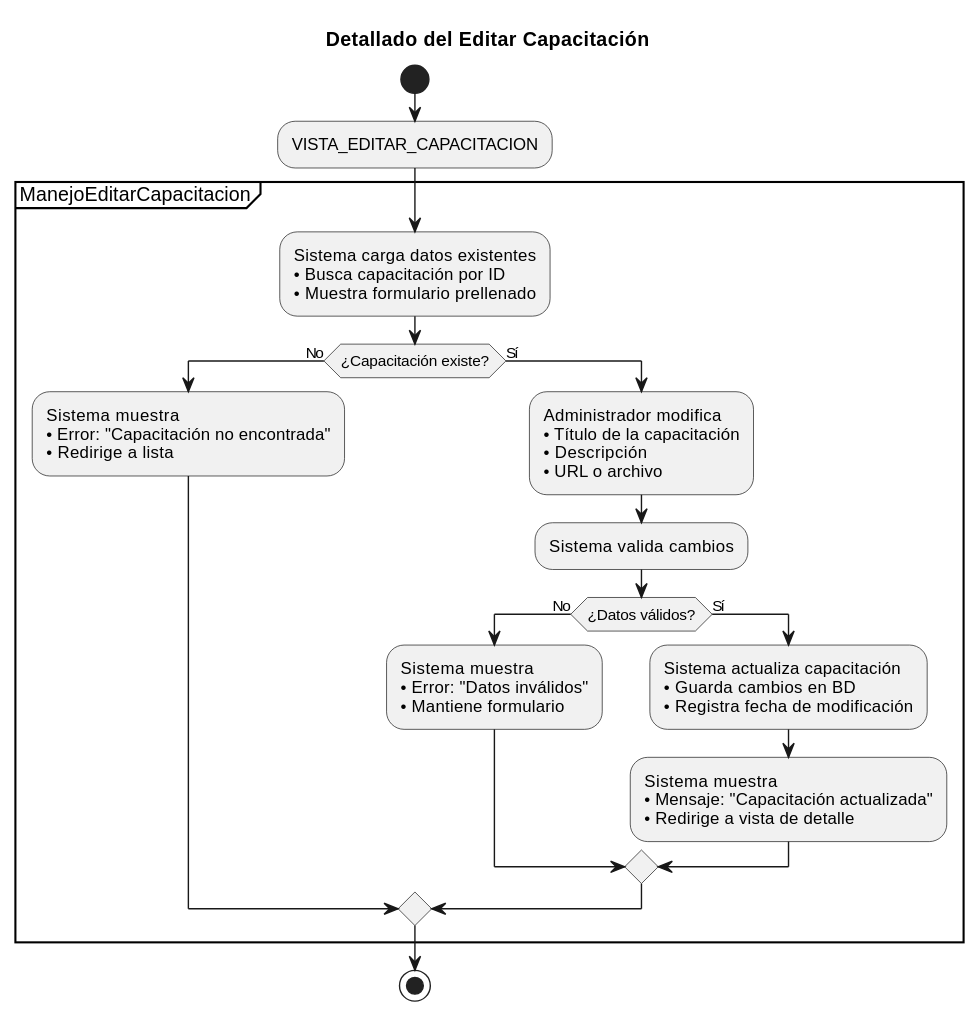
Earlier version of the PlantUML export documentos/imagenes/casos_de_uso/diagramas_casos_de_uso_detallados/editar_capacitacion.svg (Dievex/24-25-IdSw1-SDR). Its diagram source:
```plantuml
@startuml
title Detallado del Editar Capacitación

start

:VISTA_EDITAR_CAPACITACION;

partition ManejoEditarCapacitacion {

  :Sistema carga datos existentes
  • Busca capacitación por ID
  • Muestra formulario prellenado;

  if (¿Capacitación existe?) then (No)
    :Sistema muestra
    • Error: "Capacitación no encontrada"
    • Redirige a lista;

  else (Sí)
    :Administrador modifica
    • Título de la capacitación
    • Descripción
    • URL o archivo;

    :Sistema valida cambios;

    if (¿Datos válidos?) then (No)
      :Sistema muestra
      • Error: "Datos inválidos"
      • Mantiene formulario;

    else (Sí)
      :Sistema actualiza capacitación
      • Guarda cambios en BD
      • Registra fecha de modificación;

      :Sistema muestra
      • Mensaje: "Capacitación actualizada"
      • Redirige a vista de detalle;

    endif

  endif

}

stop
@enduml
```
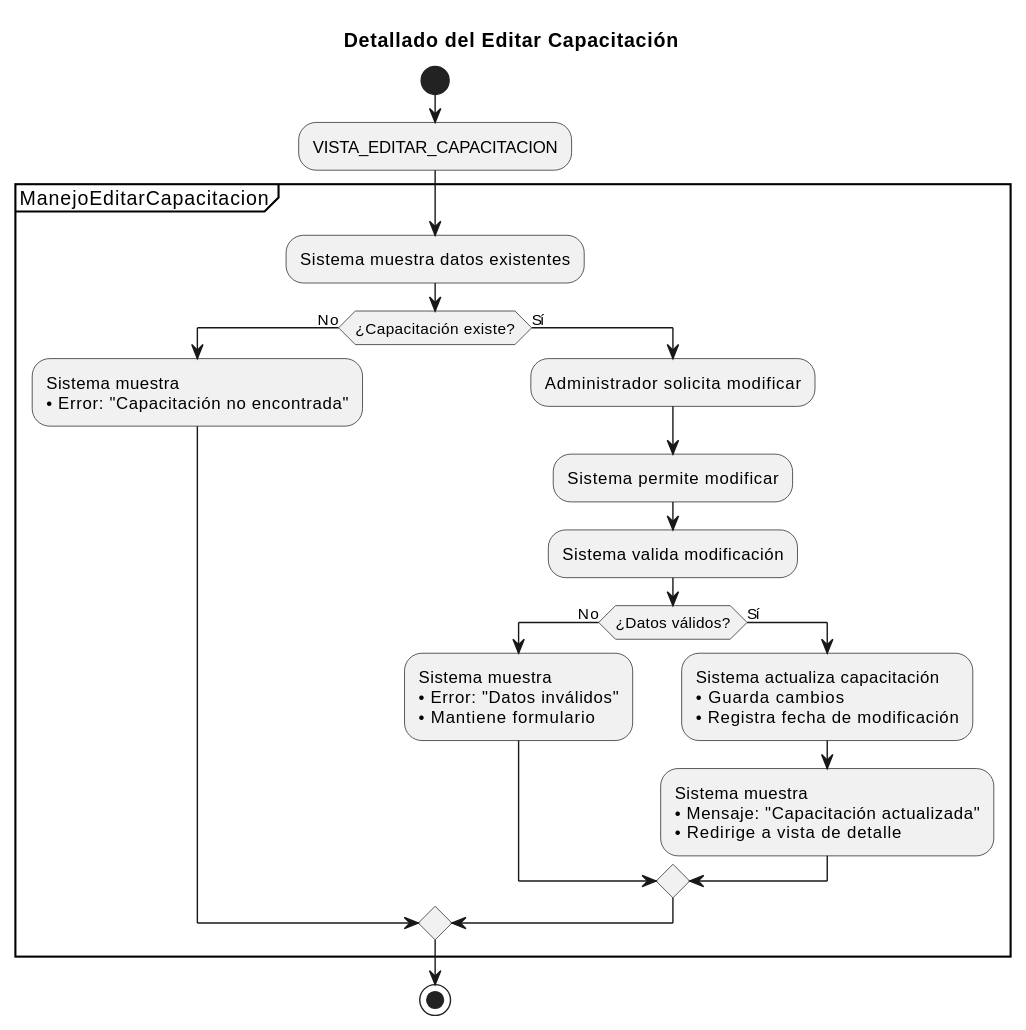
Later version of the same file.

Change to the diagram source:
```diff
@@ -7,22 +7,18 @@
 
 partition ManejoEditarCapacitacion {
 
-  :Sistema carga datos existentes
-  • Busca capacitación por ID
-  • Muestra formulario prellenado;
+  :Sistema muestra datos existentes;
 
   if (¿Capacitación existe?) then (No)
     :Sistema muestra
-    • Error: "Capacitación no encontrada"
-    • Redirige a lista;
+    • Error: "Capacitación no encontrada";
 
   else (Sí)
-    :Administrador modifica
-    • Título de la capacitación
-    • Descripción
-    • URL o archivo;
+    :Administrador solicita modificar;
 
-    :Sistema valida cambios;
+    :Sistema permite modificar;
+
+    :Sistema valida modificación;
 
     if (¿Datos válidos?) then (No)
       :Sistema muestra
@@ -31,7 +27,7 @@
 
     else (Sí)
       :Sistema actualiza capacitación
-      • Guarda cambios en BD
+      • Guarda cambios
       • Registra fecha de modificación;
 
       :Sistema muestra
```
